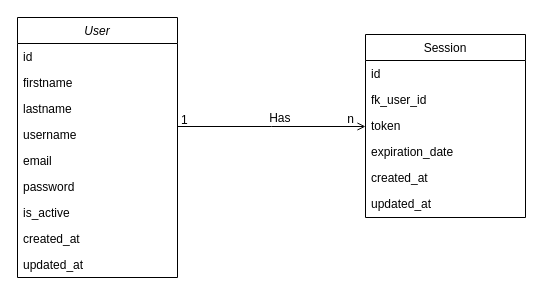
This is _docs/Entity Relationship Diagrams (ERD).drawio from gervasioartur/walletwise-clean-graphql-api, a draw.io file, before an edit. Source tidied: cells renumbered, new cells numbered last; positions are measured from the earlier drawing's top-left corner, leaving out a move shared by most shapes. Both pictures are drawn from the tidied source at 100%, with x=0, y=0 at pixel (17, 17).
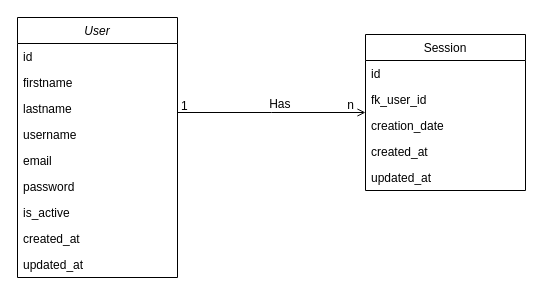
After the change.

Commit message (it also covers changes not shown here):
docs: remove expiration date because should be calculated in execution time

What changed in the source:
```diff
@@
     <mxCell id="12" value="Session" style="swimlane;fontStyle=0;align=center;verticalAlign=top;horizontal=1;startSize=26;rounded=0;shadow=0;strokeWidth=1;" parent="1" vertex="1">
-      <mxGeometry x="348" y="17" width="160" height="183" as="geometry" />
+      <mxGeometry x="348" y="17" width="160" height="156" as="geometry" />
     </mxCell>
@@
-    <mxCell id="15" value="token" style="text;align=left;verticalAlign=top;spacingLeft=4;spacingRight=4;overflow=hidden;rounded=0;shadow=0;html=0;" parent="12" vertex="1">
-      <mxGeometry y="78" width="160" height="26" as="geometry" />
-    </mxCell>
-    <mxCell id="16" value="expiration_date" style="text;align=left;verticalAlign=top;spacingLeft=4;spacingRight=4;overflow=hidden;rounded=0;shadow=0;html=0;" parent="12" vertex="1">
-      <mxGeometry y="104" width="160" height="26" as="geometry" />
-    </mxCell>
+    <mxCell id="23" value="creation_date" style="text;align=left;verticalAlign=top;spacingLeft=4;spacingRight=4;overflow=hidden;rounded=0;shadow=0;html=0;" parent="12" vertex="1">
+      <mxGeometry y="78" width="160" height="26" as="geometry" />
+    </mxCell>
     <mxCell id="17" value="created_at" style="text;align=left;verticalAlign=top;spacingLeft=4;spacingRight=4;overflow=hidden;rounded=0;shadow=0;html=0;" parent="12" vertex="1">
-      <mxGeometry y="130" width="160" height="26" as="geometry" />
+      <mxGeometry y="104" width="160" height="26" as="geometry" />
     </mxCell>
     <mxCell id="18" value="updated_at" style="text;align=left;verticalAlign=top;spacingLeft=4;spacingRight=4;overflow=hidden;rounded=0;shadow=0;html=0;" parent="12" vertex="1">
-      <mxGeometry y="156" width="160" height="26" as="geometry" />
+      <mxGeometry y="130" width="160" height="26" as="geometry" />
     </mxCell>
```
